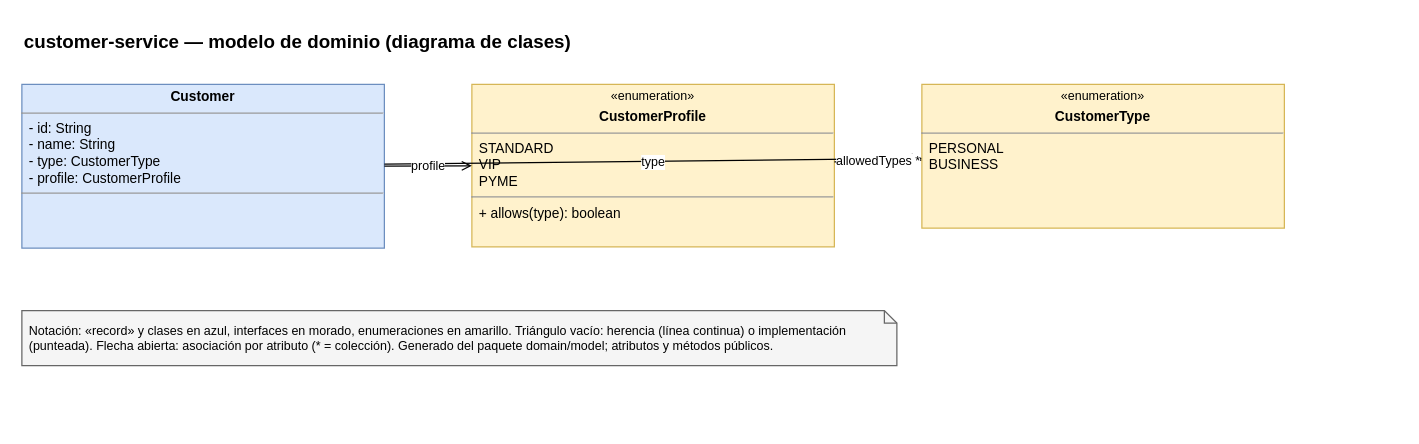
Before: page "customer-service" (1 of 7) of docs/diagrams/class-diagrams.drawio in kuroxbyte/bootcamp-bank-project-docs, a draw.io diagram. Source tidied: cells renumbered, new cells numbered last; positions are measured from the earlier drawing's top-left corner, leaving out a move shared by most shapes. Both pictures are drawn from the tidied source at 125%, with x=0, y=0 at pixel (21, 21).
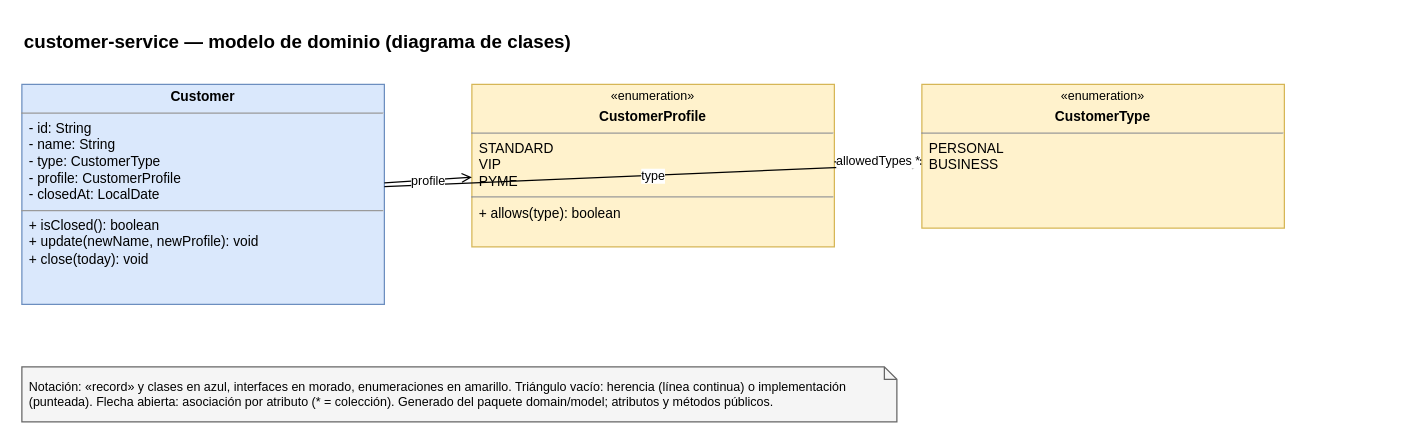
The same diagram, later.

Change to the diagram source:
```diff
@@
 <mxGraphModel>
   <root>
     <mxCell id="0" />
     <mxCell id="1" parent="0" />
     <mxCell id="2" value="customer-service — modelo de dominio (diagrama de clases)" style="text;html=1;fontSize=15;fontStyle=1;align=left;" parent="1" vertex="1">
       <mxGeometry width="1100" height="30" as="geometry" />
     </mxCell>
-    <mxCell id="3" value="&lt;p style=&quot;margin:0;margin-top:4px;text-align:center&quot;&gt;&lt;b&gt;Customer&lt;/b&gt;&lt;/p&gt;&lt;hr size=&quot;1&quot;/&gt;&lt;p style=&quot;margin:0;margin-left:6px&quot;&gt;- id: String&lt;br/&gt;- name: String&lt;br/&gt;- type: CustomerType&lt;br/&gt;- profile: CustomerProfile&lt;/p&gt;&lt;hr size=&quot;1&quot;/&gt;&lt;p style=&quot;margin:0;margin-left:6px&quot;&gt;&lt;/p&gt;" style="verticalAlign=top;align=left;overflow=fill;html=1;whiteSpace=wrap;fontSize=11;fillColor=#dae8fc;strokeColor=#6c8ebf;" parent="1" vertex="1">
-      <mxGeometry y="50" width="290" height="131" as="geometry" />
+    <mxCell id="3" value="&lt;p style=&quot;margin:0;margin-top:4px;text-align:center&quot;&gt;&lt;b&gt;Customer&lt;/b&gt;&lt;/p&gt;&lt;hr size=&quot;1&quot;/&gt;&lt;p style=&quot;margin:0;margin-left:6px&quot;&gt;- id: String&lt;br/&gt;- name: String&lt;br/&gt;- type: CustomerType&lt;br/&gt;- profile: CustomerProfile&lt;br/&gt;- closedAt: LocalDate&lt;/p&gt;&lt;hr size=&quot;1&quot;/&gt;&lt;p style=&quot;margin:0;margin-left:6px&quot;&gt;+ isClosed(): boolean&lt;br/&gt;+ update(newName, newProfile): void&lt;br/&gt;+ close(today): void&lt;/p&gt;" style="verticalAlign=top;align=left;overflow=fill;html=1;whiteSpace=wrap;fontSize=11;fillColor=#dae8fc;strokeColor=#6c8ebf;" parent="1" vertex="1">
+      <mxGeometry y="50" width="290" height="176" as="geometry" />
     </mxCell>
     <mxCell id="4" value="&lt;p style=&quot;margin:0;margin-top:4px;text-align:center;font-size:10px&quot;&gt;«enumeration»&lt;/p&gt;&lt;p style=&quot;margin:0;margin-top:4px;text-align:center&quot;&gt;&lt;b&gt;CustomerProfile&lt;/b&gt;&lt;/p&gt;&lt;hr size=&quot;1&quot;/&gt;&lt;p style=&quot;margin:0;margin-left:6px&quot;&gt;STANDARD&lt;br/&gt;VIP&lt;br/&gt;PYME&lt;/p&gt;&lt;hr size=&quot;1&quot;/&gt;&lt;p style=&quot;margin:0;margin-left:6px&quot;&gt;+ allows(type): boolean&lt;/p&gt;" style="verticalAlign=top;align=left;overflow=fill;html=1;whiteSpace=wrap;fontSize=11;fillColor=#fff2cc;strokeColor=#d6b656;" parent="1" vertex="1">
       <mxGeometry x="360" y="50" width="290" height="130" as="geometry" />
     </mxCell>
     <mxCell id="5" value="&lt;p style=&quot;margin:0;margin-top:4px;text-align:center;font-size:10px&quot;&gt;«enumeration»&lt;/p&gt;&lt;p style=&quot;margin:0;margin-top:4px;text-align:center&quot;&gt;&lt;b&gt;CustomerType&lt;/b&gt;&lt;/p&gt;&lt;hr size=&quot;1&quot;/&gt;&lt;p style=&quot;margin:0;margin-left:6px&quot;&gt;PERSONAL&lt;br/&gt;BUSINESS&lt;/p&gt;" style="verticalAlign=top;align=left;overflow=fill;html=1;whiteSpace=wrap;fontSize=11;fillColor=#fff2cc;strokeColor=#d6b656;" parent="1" vertex="1">
       <mxGeometry x="720" y="50" width="290" height="115" as="geometry" />
     </mxCell>
     <mxCell id="6" value="type" style="endArrow=open;endFill=0;html=1;rounded=0;fontSize=10;labelBackgroundColor=#ffffff;" parent="1" edge="1" source="3" target="5">
       <mxGeometry relative="1" as="geometry" />
     </mxCell>
     <mxCell id="7" value="profile" style="endArrow=open;endFill=0;html=1;rounded=0;fontSize=10;labelBackgroundColor=#ffffff;" parent="1" edge="1" source="3" target="4">
       <mxGeometry relative="1" as="geometry" />
     </mxCell>
     <mxCell id="8" value="allowedTypes *" style="endArrow=open;endFill=0;html=1;rounded=0;fontSize=10;labelBackgroundColor=#ffffff;" parent="1" edge="1" source="4" target="5">
       <mxGeometry relative="1" as="geometry" />
     </mxCell>
     <mxCell id="9" value="Notación: «record» y clases en azul, interfaces en morado, enumeraciones en amarillo. Triángulo vacío: herencia (línea continua) o implementación (punteada). Flecha abierta: asociación por atributo (* = colección). Generado del paquete domain/model; atributos y métodos públicos." style="shape=note;whiteSpace=wrap;html=1;size=10;fillColor=#f5f5f5;strokeColor=#666666;fontSize=10;align=left;spacingLeft=4;" parent="1" vertex="1">
-      <mxGeometry y="231" width="700" height="44" as="geometry" />
+      <mxGeometry y="276" width="700" height="44" as="geometry" />
     </mxCell>
   </root>
 </mxGraphModel>
```
